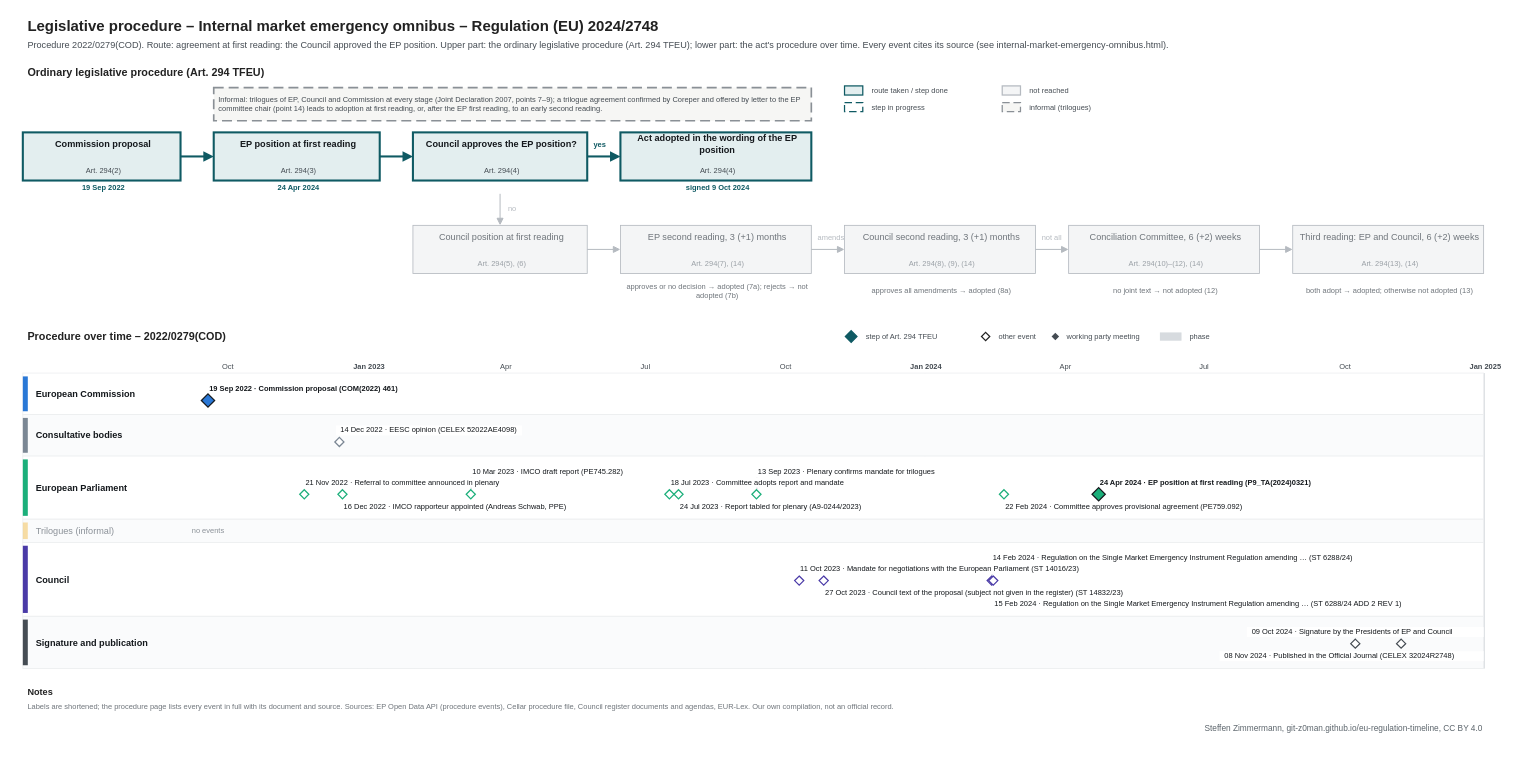
Above: procedures/internal-market-emergency-omnibus.drawio in git-z0man/eu-regulation-timeline (draw.io), before the change. Source tidied: cells renumbered, new cells numbered last; positions are measured from the earlier drawing's top-left corner, leaving out a move shared by most shapes. Both pictures are drawn from the tidied source at 83%, with x=0, y=0 at pixel (14, 14).
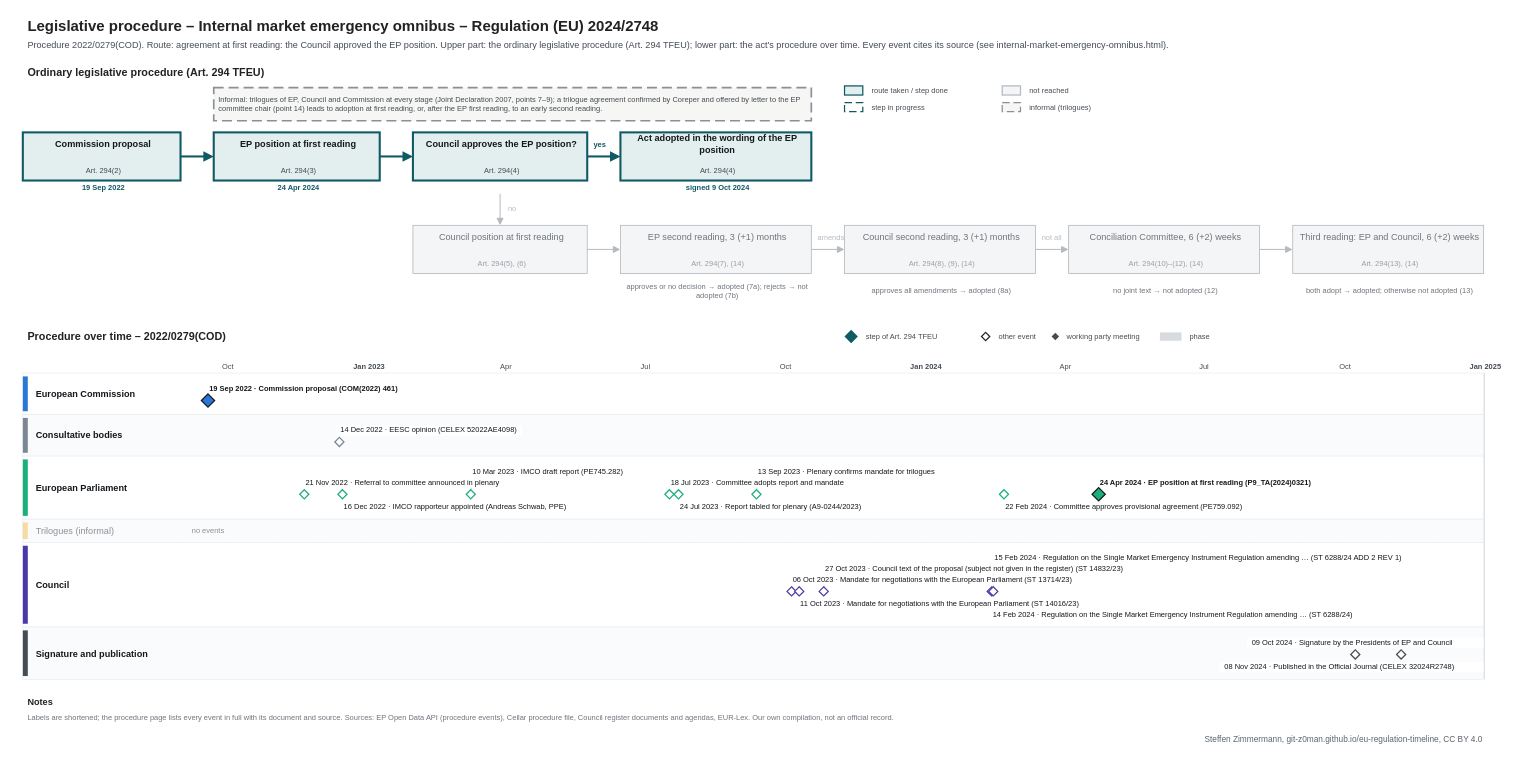
After the change.

Diff of the diagram source:
```diff
@@
     <mxCell id="70" style="line;html=1;strokeWidth=1;strokeColor=#e3e6e9;direction=south;" parent="1" vertex="1">
-      <mxGeometry x="200" y="432" width="1" height="356" as="geometry" />
+      <mxGeometry x="200" y="432" width="1" height="369" as="geometry" />
     </mxCell>
     <mxCell id="71" style="line;html=1;strokeWidth=1;strokeColor=#e3e6e9;direction=south;" parent="1" vertex="1">
-      <mxGeometry x="255.2" y="432" width="1" height="356" as="geometry" />
+      <mxGeometry x="255.2" y="432" width="1" height="369" as="geometry" />
     </mxCell>
@@
     <mxCell id="73" style="line;html=1;strokeWidth=1;strokeColor=#e3e6e9;direction=south;" parent="1" vertex="1">
-      <mxGeometry x="312.3" y="432" width="1" height="356" as="geometry" />
+      <mxGeometry x="312.3" y="432" width="1" height="369" as="geometry" />
     </mxCell>
     <mxCell id="74" style="line;html=1;strokeWidth=1;strokeColor=#e3e6e9;direction=south;" parent="1" vertex="1">
-      <mxGeometry x="367.5" y="432" width="1" height="356" as="geometry" />
+      <mxGeometry x="367.5" y="432" width="1" height="369" as="geometry" />
     </mxCell>
     <mxCell id="75" style="line;html=1;strokeWidth=1;strokeColor=#b5bac0;direction=south;" parent="1" vertex="1">
-      <mxGeometry x="424.5" y="432" width="1" height="356" as="geometry" />
+      <mxGeometry x="424.5" y="432" width="1" height="369" as="geometry" />
     </mxCell>
@@
     <mxCell id="77" style="line;html=1;strokeWidth=1;strokeColor=#e3e6e9;direction=south;" parent="1" vertex="1">
-      <mxGeometry x="481.6" y="432" width="1" height="356" as="geometry" />
+      <mxGeometry x="481.6" y="432" width="1" height="369" as="geometry" />
     </mxCell>
     <mxCell id="78" style="line;html=1;strokeWidth=1;strokeColor=#e3e6e9;direction=south;" parent="1" vertex="1">
-      <mxGeometry x="533.1" y="432" width="1" height="356" as="geometry" />
+      <mxGeometry x="533.1" y="432" width="1" height="369" as="geometry" />
     </mxCell>
     <mxCell id="79" style="line;html=1;strokeWidth=1;strokeColor=#e3e6e9;direction=south;" parent="1" vertex="1">
-      <mxGeometry x="590.2" y="432" width="1" height="356" as="geometry" />
+      <mxGeometry x="590.2" y="432" width="1" height="369" as="geometry" />
     </mxCell>
@@
     <mxCell id="81" style="line;html=1;strokeWidth=1;strokeColor=#e3e6e9;direction=south;" parent="1" vertex="1">
-      <mxGeometry x="645.4" y="432" width="1" height="356" as="geometry" />
+      <mxGeometry x="645.4" y="432" width="1" height="369" as="geometry" />
     </mxCell>
     <mxCell id="82" style="line;html=1;strokeWidth=1;strokeColor=#e3e6e9;direction=south;" parent="1" vertex="1">
-      <mxGeometry x="702.5" y="432" width="1" height="356" as="geometry" />
+      <mxGeometry x="702.5" y="432" width="1" height="369" as="geometry" />
     </mxCell>
     <mxCell id="83" style="line;html=1;strokeWidth=1;strokeColor=#e3e6e9;direction=south;" parent="1" vertex="1">
-      <mxGeometry x="757.7" y="432" width="1" height="356" as="geometry" />
+      <mxGeometry x="757.7" y="432" width="1" height="369" as="geometry" />
     </mxCell>
@@
     <mxCell id="85" style="line;html=1;strokeWidth=1;strokeColor=#e3e6e9;direction=south;" parent="1" vertex="1">
-      <mxGeometry x="814.7" y="432" width="1" height="356" as="geometry" />
+      <mxGeometry x="814.7" y="432" width="1" height="369" as="geometry" />
     </mxCell>
     <mxCell id="86" style="line;html=1;strokeWidth=1;strokeColor=#e3e6e9;direction=south;" parent="1" vertex="1">
-      <mxGeometry x="871.8" y="432" width="1" height="356" as="geometry" />
+      <mxGeometry x="871.8" y="432" width="1" height="369" as="geometry" />
     </mxCell>
     <mxCell id="87" style="line;html=1;strokeWidth=1;strokeColor=#e3e6e9;direction=south;" parent="1" vertex="1">
-      <mxGeometry x="927" y="432" width="1" height="356" as="geometry" />
+      <mxGeometry x="927" y="432" width="1" height="369" as="geometry" />
     </mxCell>
@@
     <mxCell id="89" style="line;html=1;strokeWidth=1;strokeColor=#e3e6e9;direction=south;" parent="1" vertex="1">
-      <mxGeometry x="984.1" y="432" width="1" height="356" as="geometry" />
+      <mxGeometry x="984.1" y="432" width="1" height="369" as="geometry" />
     </mxCell>
     <mxCell id="90" style="line;html=1;strokeWidth=1;strokeColor=#e3e6e9;direction=south;" parent="1" vertex="1">
-      <mxGeometry x="1039.3" y="432" width="1" height="356" as="geometry" />
+      <mxGeometry x="1039.3" y="432" width="1" height="369" as="geometry" />
     </mxCell>
     <mxCell id="91" style="line;html=1;strokeWidth=1;strokeColor=#b5bac0;direction=south;" parent="1" vertex="1">
-      <mxGeometry x="1096.4" y="432" width="1" height="356" as="geometry" />
+      <mxGeometry x="1096.4" y="432" width="1" height="369" as="geometry" />
     </mxCell>
@@
     <mxCell id="93" style="line;html=1;strokeWidth=1;strokeColor=#e3e6e9;direction=south;" parent="1" vertex="1">
-      <mxGeometry x="1153.4" y="432" width="1" height="356" as="geometry" />
+      <mxGeometry x="1153.4" y="432" width="1" height="369" as="geometry" />
     </mxCell>
     <mxCell id="94" style="line;html=1;strokeWidth=1;strokeColor=#e3e6e9;direction=south;" parent="1" vertex="1">
-      <mxGeometry x="1206.8" y="432" width="1" height="356" as="geometry" />
+      <mxGeometry x="1206.8" y="432" width="1" height="369" as="geometry" />
     </mxCell>
     <mxCell id="95" style="line;html=1;strokeWidth=1;strokeColor=#e3e6e9;direction=south;" parent="1" vertex="1">
-      <mxGeometry x="1263.8" y="432" width="1" height="356" as="geometry" />
+      <mxGeometry x="1263.8" y="432" width="1" height="369" as="geometry" />
     </mxCell>
@@
     <mxCell id="97" style="line;html=1;strokeWidth=1;strokeColor=#e3e6e9;direction=south;" parent="1" vertex="1">
-      <mxGeometry x="1319.1" y="432" width="1" height="356" as="geometry" />
+      <mxGeometry x="1319.1" y="432" width="1" height="369" as="geometry" />
     </mxCell>
     <mxCell id="98" style="line;html=1;strokeWidth=1;strokeColor=#e3e6e9;direction=south;" parent="1" vertex="1">
-      <mxGeometry x="1376.1" y="432" width="1" height="356" as="geometry" />
+      <mxGeometry x="1376.1" y="432" width="1" height="369" as="geometry" />
     </mxCell>
     <mxCell id="99" style="line;html=1;strokeWidth=1;strokeColor=#e3e6e9;direction=south;" parent="1" vertex="1">
-      <mxGeometry x="1431.3" y="432" width="1" height="356" as="geometry" />
+      <mxGeometry x="1431.3" y="432" width="1" height="369" as="geometry" />
     </mxCell>
@@
     <mxCell id="101" style="line;html=1;strokeWidth=1;strokeColor=#e3e6e9;direction=south;" parent="1" vertex="1">
-      <mxGeometry x="1488.4" y="432" width="1" height="356" as="geometry" />
+      <mxGeometry x="1488.4" y="432" width="1" height="369" as="geometry" />
     </mxCell>
     <mxCell id="102" style="line;html=1;strokeWidth=1;strokeColor=#e3e6e9;direction=south;" parent="1" vertex="1">
-      <mxGeometry x="1545.5" y="432" width="1" height="356" as="geometry" />
+      <mxGeometry x="1545.5" y="432" width="1" height="369" as="geometry" />
     </mxCell>
     <mxCell id="103" style="line;html=1;strokeWidth=1;strokeColor=#e3e6e9;direction=south;" parent="1" vertex="1">
-      <mxGeometry x="1600.7" y="432" width="1" height="356" as="geometry" />
+      <mxGeometry x="1600.7" y="432" width="1" height="369" as="geometry" />
     </mxCell>
@@
     <mxCell id="105" style="line;html=1;strokeWidth=1;strokeColor=#e3e6e9;direction=south;" parent="1" vertex="1">
-      <mxGeometry x="1657.7" y="432" width="1" height="356" as="geometry" />
+      <mxGeometry x="1657.7" y="432" width="1" height="369" as="geometry" />
     </mxCell>
     <mxCell id="106" style="line;html=1;strokeWidth=1;strokeColor=#e3e6e9;direction=south;" parent="1" vertex="1">
-      <mxGeometry x="1712.9" y="432" width="1" height="356" as="geometry" />
+      <mxGeometry x="1712.9" y="432" width="1" height="369" as="geometry" />
     </mxCell>
     <mxCell id="107" style="line;html=1;strokeWidth=1;strokeColor=#b5bac0;direction=south;" parent="1" vertex="1">
-      <mxGeometry x="1770" y="432" width="1" height="356" as="geometry" />
+      <mxGeometry x="1770" y="432" width="1" height="369" as="geometry" />
     </mxCell>
@@
     <mxCell id="122" style="rounded=0;arcSize=50;fillColor=#ffffff;strokeColor=#eceef0;" parent="1" vertex="1">
-      <mxGeometry x="10" y="636" width="1760" height="89" as="geometry" />
+      <mxGeometry x="10" y="636" width="1760" height="102" as="geometry" />
     </mxCell>
     <mxCell id="123" style="rounded=0;arcSize=50;fillColor=#4a3aa7;strokeColor=none;" parent="1" vertex="1">
-      <mxGeometry x="10" y="640" width="6" height="81" as="geometry" />
+      <mxGeometry x="10" y="640" width="6" height="94" as="geometry" />
     </mxCell>
     <mxCell id="124" value="Council" style="text;html=1;fontSize=11;fontColor=#14181c;align=left;verticalAlign=middle;spacingLeft=4;fontStyle=1;whiteSpace=wrap;" parent="1" vertex="1">
-      <mxGeometry x="20" y="636" width="174" height="89" as="geometry" />
+      <mxGeometry x="20" y="636" width="174" height="102" as="geometry" />
     </mxCell>
     <mxCell id="125" style="rounded=0;arcSize=50;fillColor=#fafbfc;strokeColor=#eceef0;" parent="1" vertex="1">
-      <mxGeometry x="10" y="725" width="1760" height="63" as="geometry" />
+      <mxGeometry x="10" y="738" width="1760" height="63" as="geometry" />
     </mxCell>
     <mxCell id="126" style="rounded=0;arcSize=50;fillColor=#454c53;strokeColor=none;" parent="1" vertex="1">
-      <mxGeometry x="10" y="729" width="6" height="55" as="geometry" />
+      <mxGeometry x="10" y="742" width="6" height="55" as="geometry" />
     </mxCell>
     <mxCell id="127" value="Signature and publication" style="text;html=1;fontSize=11;fontColor=#14181c;align=left;verticalAlign=middle;spacingLeft=4;fontStyle=1;whiteSpace=wrap;" parent="1" vertex="1">
-      <mxGeometry x="20" y="725" width="174" height="63" as="geometry" />
+      <mxGeometry x="20" y="738" width="174" height="63" as="geometry" />
     </mxCell>
@@
     <mxCell id="150" style="line;html=1;strokeWidth=1;strokeColor=#c3c8cd;direction=south;" parent="1" vertex="1">
-      <mxGeometry x="1177.3" y="662" width="1" height="14" as="geometry" />
+      <mxGeometry x="974.9" y="675" width="1" height="14" as="geometry" />
     </mxCell>
     <mxCell id="151" style="line;html=1;strokeWidth=1;strokeColor=#c3c8cd;direction=south;" parent="1" vertex="1">
-      <mxGeometry x="1179.2" y="704" width="1" height="-16" as="geometry" />
+      <mxGeometry x="1177.3" y="717" width="1" height="-16" as="geometry" />
     </mxCell>
-    <mxCell id="152" value="11 Oct 2023 · Mandate for negotiations with the European Parliament (ST 14016/23)" style="text;html=1;fontSize=9;fontColor=#14181c;align=left;verticalAlign=middle;spacingLeft=4;fillColor=#ffffff;" parent="1" vertex="1">
-      <mxGeometry x="941.4" y="662" width="388.7" height="12" as="geometry" />
+    <mxCell id="152" style="line;html=1;strokeWidth=1;strokeColor=#c3c8cd;direction=south;" parent="1" vertex="1">
+      <mxGeometry x="1179.2" y="662" width="1" height="27" as="geometry" />
     </mxCell>
-    <mxCell id="153" value="27 Oct 2023 · Council text of the proposal (subject not given in the register) (ST 14832/23)" style="text;html=1;fontSize=9;fontColor=#14181c;align=left;verticalAlign=middle;spacingLeft=4;fillColor=#ffffff;" parent="1" vertex="1">
-      <mxGeometry x="970.9" y="691" width="440.4" height="12" as="geometry" />
+    <mxCell id="153" value="06 Oct 2023 · Mandate for negotiations with the European Parliament (ST 13714/23)" style="text;html=1;fontSize=9;fontColor=#14181c;align=left;verticalAlign=middle;spacingLeft=4;fillColor=#ffffff;" parent="1" vertex="1">
+      <mxGeometry x="932.2" y="675" width="388.7" height="12" as="geometry" />
     </mxCell>
-    <mxCell id="154" value="14 Feb 2024 · Regulation on the Single Market Emergency Instrument Regulation amending … (ST 6288/24)" style="text;html=1;fontSize=9;fontColor=#14181c;align=left;verticalAlign=middle;spacingLeft=4;fillColor=#ffffff;" parent="1" vertex="1">
-      <mxGeometry x="1173.3" y="649" width="482.7" height="12" as="geometry" />
+    <mxCell id="154" value="11 Oct 2023 · Mandate for negotiations with the European Parliament (ST 14016/23)" style="text;html=1;fontSize=9;fontColor=#14181c;align=left;verticalAlign=middle;spacingLeft=4;fillColor=#ffffff;" parent="1" vertex="1">
+      <mxGeometry x="941.4" y="704" width="388.7" height="12" as="geometry" />
     </mxCell>
-    <mxCell id="155" value="15 Feb 2024 · Regulation on the Single Market Emergency Instrument Regulation amending … (ST 6288/24 ADD 2 REV 1)" style="text;html=1;fontSize=9;fontColor=#14181c;align=left;verticalAlign=middle;spacingLeft=4;fillColor=#ffffff;" parent="1" vertex="1">
-      <mxGeometry x="1175.2" y="704" width="539.1" height="12" as="geometry" />
+    <mxCell id="155" value="27 Oct 2023 · Council text of the proposal (subject not given in the register) (ST 14832/23)" style="text;html=1;fontSize=9;fontColor=#14181c;align=left;verticalAlign=middle;spacingLeft=4;fillColor=#ffffff;" parent="1" vertex="1">
+      <mxGeometry x="970.9" y="662" width="440.4" height="12" as="geometry" />
     </mxCell>
-    <mxCell id="156" style="rhombus;fillColor=#ffffff;strokeColor=#4a3aa7;strokeWidth=1.5;" parent="1" vertex="1">
-      <mxGeometry x="939.9" y="676.5" width="11" height="11" as="geometry" />
+    <mxCell id="156" value="14 Feb 2024 · Regulation on the Single Market Emergency Instrument Regulation amending … (ST 6288/24)" style="text;html=1;fontSize=9;fontColor=#14181c;align=left;verticalAlign=middle;spacingLeft=4;fillColor=#ffffff;" parent="1" vertex="1">
+      <mxGeometry x="1173.3" y="717" width="482.7" height="12" as="geometry" />
     </mxCell>
-    <mxCell id="157" style="rhombus;fillColor=#ffffff;strokeColor=#4a3aa7;strokeWidth=1.5;" parent="1" vertex="1">
-      <mxGeometry x="969.4" y="676.5" width="11" height="11" as="geometry" />
+    <mxCell id="157" value="15 Feb 2024 · Regulation on the Single Market Emergency Instrument Regulation amending … (ST 6288/24 ADD 2 REV 1)" style="text;html=1;fontSize=9;fontColor=#14181c;align=left;verticalAlign=middle;spacingLeft=4;fillColor=#ffffff;" parent="1" vertex="1">
+      <mxGeometry x="1175.2" y="649" width="539.1" height="12" as="geometry" />
     </mxCell>
     <mxCell id="158" style="rhombus;fillColor=#ffffff;strokeColor=#4a3aa7;strokeWidth=1.5;" parent="1" vertex="1">
-      <mxGeometry x="1171.8" y="676.5" width="11" height="11" as="geometry" />
+      <mxGeometry x="930.7" y="689.5" width="11" height="11" as="geometry" />
     </mxCell>
     <mxCell id="159" style="rhombus;fillColor=#ffffff;strokeColor=#4a3aa7;strokeWidth=1.5;" parent="1" vertex="1">
-      <mxGeometry x="1173.7" y="676.5" width="11" height="11" as="geometry" />
+      <mxGeometry x="939.9" y="689.5" width="11" height="11" as="geometry" />
     </mxCell>
-    <mxCell id="160" value="09 Oct 2024 · Signature by the Presidents of EP and Council" style="text;html=1;fontSize=9;fontColor=#14181c;align=left;verticalAlign=middle;spacingLeft=4;fillColor=#ffffff;" parent="1" vertex="1">
-      <mxGeometry x="1484.7" y="738" width="285.3" height="12" as="geometry" />
+    <mxCell id="160" style="rhombus;fillColor=#ffffff;strokeColor=#4a3aa7;strokeWidth=1.5;" parent="1" vertex="1">
+      <mxGeometry x="969.4" y="689.5" width="11" height="11" as="geometry" />
     </mxCell>
-    <mxCell id="161" value="08 Nov 2024 · Published in the Official Journal (CELEX 32024R2748)" style="text;html=1;fontSize=9;fontColor=#14181c;align=left;verticalAlign=middle;spacingLeft=4;fillColor=#ffffff;" parent="1" vertex="1">
-      <mxGeometry x="1451.8" y="767" width="318.2" height="12" as="geometry" />
+    <mxCell id="161" style="rhombus;fillColor=#ffffff;strokeColor=#4a3aa7;strokeWidth=1.5;" parent="1" vertex="1">
+      <mxGeometry x="1171.8" y="689.5" width="11" height="11" as="geometry" />
     </mxCell>
-    <mxCell id="162" style="rhombus;fillColor=#ffffff;strokeColor=#454c53;strokeWidth=1.5;" parent="1" vertex="1">
-      <mxGeometry x="1609.9" y="752.5" width="11" height="11" as="geometry" />
+    <mxCell id="162" style="rhombus;fillColor=#ffffff;strokeColor=#4a3aa7;strokeWidth=1.5;" parent="1" vertex="1">
+      <mxGeometry x="1173.7" y="689.5" width="11" height="11" as="geometry" />
     </mxCell>
-    <mxCell id="163" style="rhombus;fillColor=#ffffff;strokeColor=#454c53;strokeWidth=1.5;" parent="1" vertex="1">
-      <mxGeometry x="1665.1" y="752.5" width="11" height="11" as="geometry" />
+    <mxCell id="163" value="09 Oct 2024 · Signature by the Presidents of EP and Council" style="text;html=1;fontSize=9;fontColor=#14181c;align=left;verticalAlign=middle;spacingLeft=4;fillColor=#ffffff;" parent="1" vertex="1">
+      <mxGeometry x="1484.7" y="751" width="285.3" height="12" as="geometry" />
     </mxCell>
-    <mxCell id="164" value="Notes" style="text;html=1;fontSize=11;fontColor=#222222;align=left;verticalAlign=middle;spacingLeft=4;fontStyle=1;" parent="1" vertex="1">
-      <mxGeometry x="10" y="808" width="200" height="16" as="geometry" />
+    <mxCell id="164" value="08 Nov 2024 · Published in the Official Journal (CELEX 32024R2748)" style="text;html=1;fontSize=9;fontColor=#14181c;align=left;verticalAlign=middle;spacingLeft=4;fillColor=#ffffff;" parent="1" vertex="1">
+      <mxGeometry x="1451.8" y="780" width="318.2" height="12" as="geometry" />
     </mxCell>
-    <mxCell id="165" value="Labels are shortened; the procedure page lists every event in full with its document and source. Sources: EP Open Data API (procedure events), Cellar procedure file, Council register documents and agendas, EUR-Lex. Our own compilation, not an official record." style="text;html=1;fontSize=9;fontColor=#6f757b;align=left;verticalAlign=middle;spacingLeft=4;" parent="1" vertex="1">
-      <mxGeometry x="10" y="826" width="1760" height="16" as="geometry" />
+    <mxCell id="165" style="rhombus;fillColor=#ffffff;strokeColor=#454c53;strokeWidth=1.5;" parent="1" vertex="1">
+      <mxGeometry x="1609.9" y="765.5" width="11" height="11" as="geometry" />
     </mxCell>
-    <mxCell id="166" value="Steffen Zimmermann, git-z0man.github.io/eu-regulation-timeline, CC BY 4.0" style="text;html=1;fontSize=10;fontColor=#5b646b;align=right;verticalAlign=middle;spacingLeft=4;" parent="1" vertex="1">
-      <mxGeometry x="10" y="852" width="1760" height="16" as="geometry" />
+    <mxCell id="166" style="rhombus;fillColor=#ffffff;strokeColor=#454c53;strokeWidth=1.5;" parent="1" vertex="1">
+      <mxGeometry x="1665.1" y="765.5" width="11" height="11" as="geometry" />
     </mxCell>
+    <mxCell id="167" value="Notes" style="text;html=1;fontSize=11;fontColor=#222222;align=left;verticalAlign=middle;spacingLeft=4;fontStyle=1;" parent="1" vertex="1">
+      <mxGeometry x="10" y="821" width="200" height="16" as="geometry" />
+    </mxCell>
+    <mxCell id="168" value="Labels are shortened; the procedure page lists every event in full with its document and source. Sources: EP Open Data API (procedure events), Cellar procedure file, Council register documents and agendas, EUR-Lex. Our own compilation, not an official record." style="text;html=1;fontSize=9;fontColor=#6f757b;align=left;verticalAlign=middle;spacingLeft=4;" parent="1" vertex="1">
+      <mxGeometry x="10" y="839" width="1760" height="16" as="geometry" />
+    </mxCell>
+    <mxCell id="169" value="Steffen Zimmermann, git-z0man.github.io/eu-regulation-timeline, CC BY 4.0" style="text;html=1;fontSize=10;fontColor=#5b646b;align=right;verticalAlign=middle;spacingLeft=4;" parent="1" vertex="1">
+      <mxGeometry x="10" y="865" width="1760" height="16" as="geometry" />
+    </mxCell>
```
